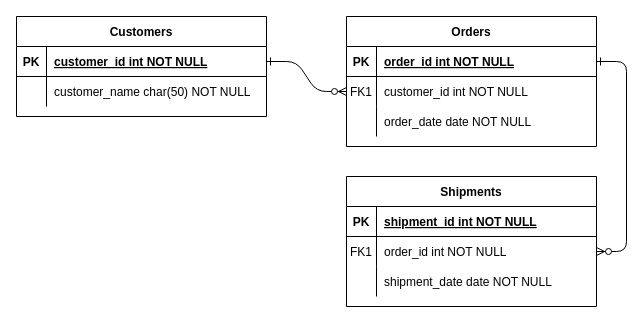
Before: 名称未設定ファイル.drawio in umazkym/tech0-Step3-38.5, a draw.io diagram. Source tidied: cells renumbered, new cells numbered last; positions are measured from the earlier drawing's top-left corner, leaving out a move shared by most shapes. Both pictures are drawn from the tidied source at 100%, with x=0, y=0 at pixel (16, 16).
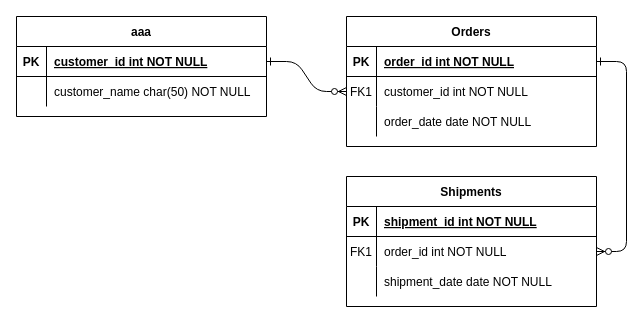
After the change.

Commit message:
Links_ER図

Change to the diagram source:
```diff
@@
-    <mxCell id="24" value="Customers" style="shape=table;startSize=30;childLayout=tableLayout;rowLines=0;fontStyle=1;align=center;" parent="1" vertex="1">
+    <mxCell id="24" value="aaa" style="shape=table;startSize=30;childLayout=tableLayout;rowLines=0;fontStyle=1;align=center;" parent="1" vertex="1">
       <mxGeometry width="250" height="100" as="geometry" />
     </mxCell>
```
